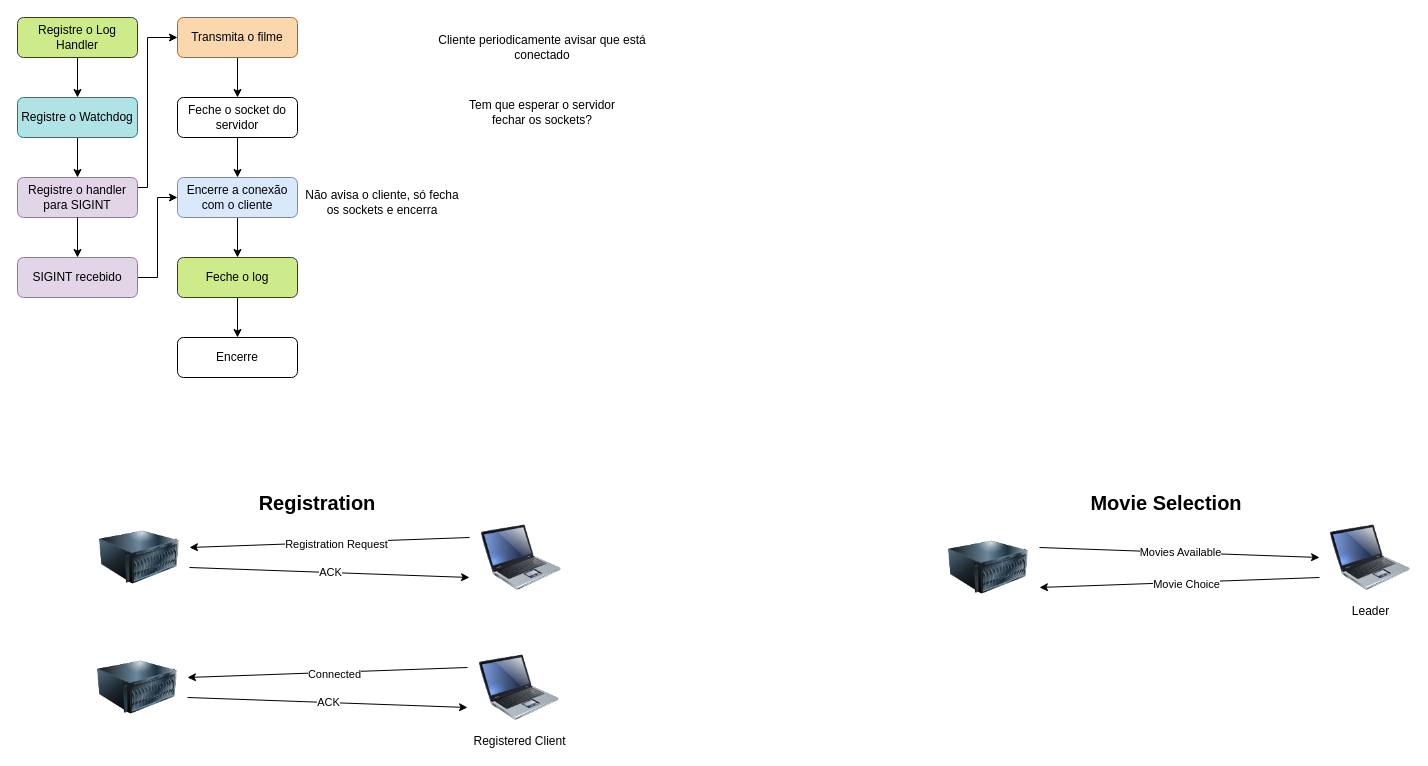
Earlier version of the draw.io diagram page "Stream" (4 of 4) of client-server.drawio (nico-ig/UDP-Video-Streaming). Source tidied: cells renumbered, new cells numbered last; positions are measured from the earlier drawing's top-left corner, leaving out a move shared by most shapes. Both pictures are drawn from the tidied source at 100%, with x=0, y=0 at pixel (17, 17).
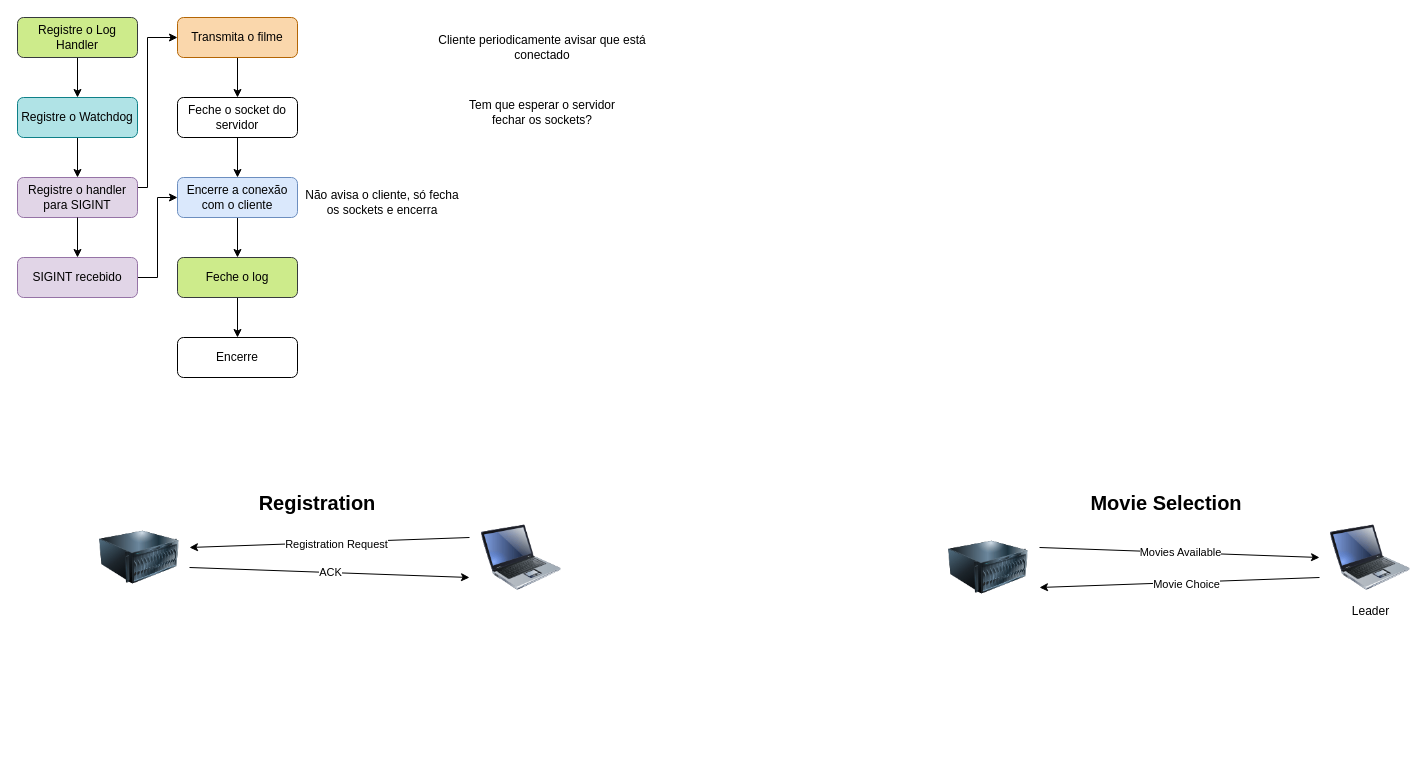
The same diagram, later.

What changed in the source:
```diff
@@
-    <mxCell id="37" style="image;html=1;image=img/lib/clip_art/computers/Server_128x128.png;" parent="1" vertex="1">
-      <mxGeometry x="80" y="630" width="80" height="80" as="geometry" />
-    </mxCell>
-    <mxCell id="38" value="Registered Client" style="image;html=1;image=img/lib/clip_art/computers/Laptop_128x128.png;" parent="1" vertex="1">
-      <mxGeometry x="462" y="630" width="80" height="80" as="geometry" />
-    </mxCell>
-    <mxCell id="39" style="endArrow=classic;html=1;rounded=0;" parent="1" edge="1">
-      <mxGeometry relative="1" as="geometry">
-        <mxPoint x="450" y="650" as="sourcePoint" />
-        <mxPoint x="170" y="660" as="targetPoint" />
-      </mxGeometry>
-    </mxCell>
-    <mxCell id="40" value="Connected" style="edgeLabel;html=1;align=center;verticalAlign=middle;" parent="39" vertex="1">
-      <mxGeometry x="-0.04" y="2" relative="1" as="geometry" />
-    </mxCell>
-    <mxCell id="41" style="endArrow=classic;html=1;rounded=0;exitX=1.025;exitY=0.913;exitDx=0;exitDy=0;exitPerimeter=0;" parent="1" edge="1">
-      <mxGeometry relative="1" as="geometry">
-        <mxPoint x="170" y="680" as="sourcePoint" />
-        <mxPoint x="450" y="690" as="targetPoint" />
-      </mxGeometry>
-    </mxCell>
-    <mxCell id="42" value="ACK" style="edgeLabel;html=1;align=center;verticalAlign=middle;" parent="41" vertex="1">
-      <mxGeometry x="0.01" y="1" relative="1" as="geometry" />
-    </mxCell>
```
